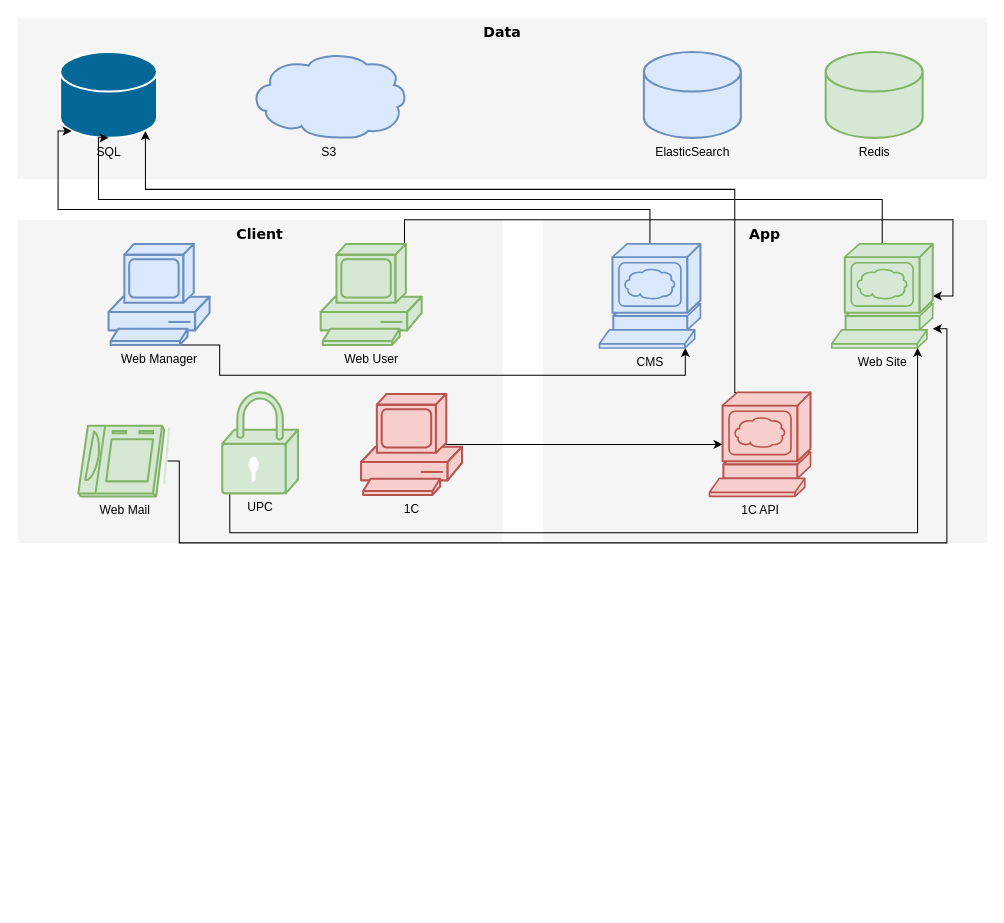
This is Untitled Diagram.drawio from xxipocima/TestPHPGenesis, a draw.io file, before an edit. Source tidied: cells renumbered, new cells numbered last; positions are measured from the earlier drawing's top-left corner, leaving out a move shared by most shapes. Both pictures are drawn from the tidied source at 101%, with x=0, y=0 at pixel (17, 17).
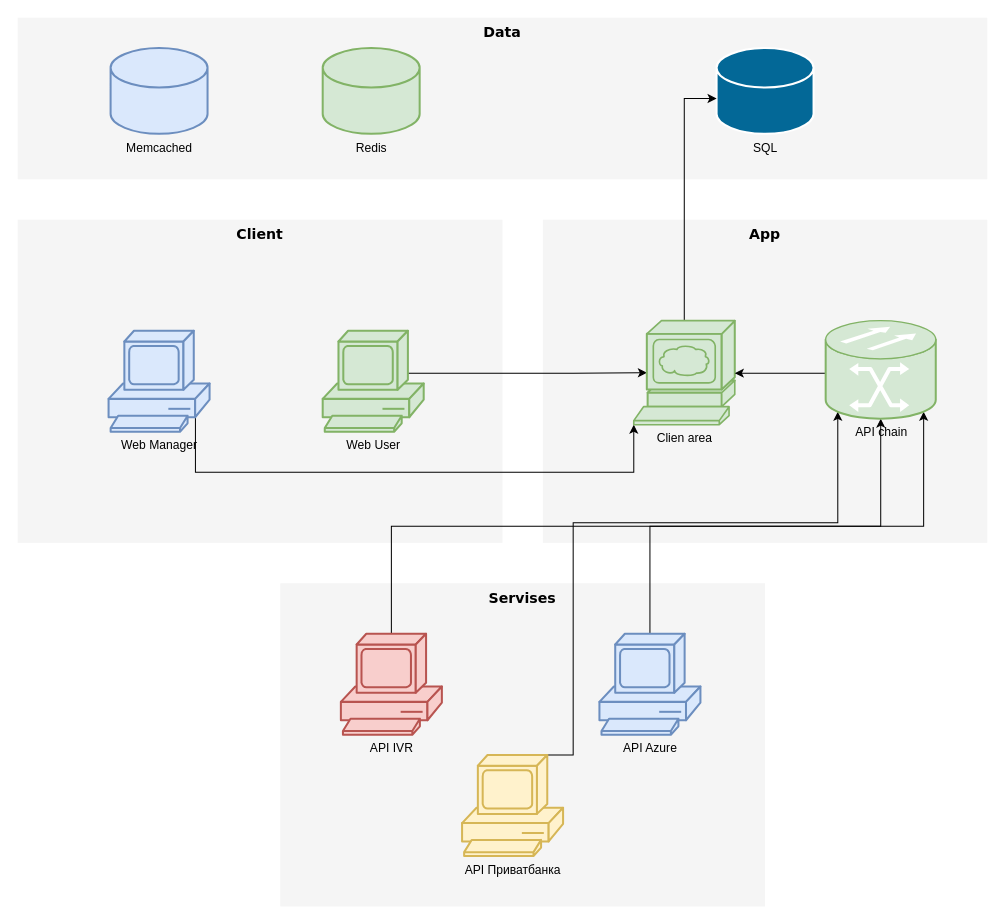
Above is the later version.

What changed in the source:
```diff
@@
     <mxCell id="38" value="SQL" style="shape=mxgraph.cisco.storage.relational_database;html=1;dashed=0;fillColor=#036897;strokeColor=#ffffff;strokeWidth=2;verticalLabelPosition=bottom;verticalAlign=top;align=center;outlineConnect=0;" parent="1" vertex="1">
-      <mxGeometry x="42" y="34" width="96" height="85" as="geometry" />
+      <mxGeometry x="692" y="30" width="96" height="85" as="geometry" />
     </mxCell>
-    <mxCell id="39" value="ElasticSearch" style="shape=mxgraph.cisco.storage.relational_database;html=1;dashed=0;fillColor=#dae8fc;strokeColor=#6c8ebf;strokeWidth=2;verticalLabelPosition=bottom;verticalAlign=top;align=center;" parent="1" vertex="1">
-      <mxGeometry x="620" y="34" width="96" height="85" as="geometry" />
-    </mxCell>
     <mxCell id="40" value="Redis" style="shape=mxgraph.cisco.storage.relational_database;html=1;dashed=0;fillColor=#d5e8d4;strokeColor=#82b366;strokeWidth=2;verticalLabelPosition=bottom;verticalAlign=top;align=center;" parent="1" vertex="1">
-      <mxGeometry x="800" y="34" width="96" height="85" as="geometry" />
+      <mxGeometry x="302" y="30" width="96" height="85" as="geometry" />
     </mxCell>
-    <mxCell id="41" style="edgeStyle=orthogonalEdgeStyle;rounded=0;jettySize=auto;html=1;exitX=0.5;exitY=1;exitDx=0;exitDy=0;exitPerimeter=0;entryX=0.85;entryY=1;entryDx=0;entryDy=0;entryPerimeter=0;" parent="1" edge="1" source="42" target="46">
-      <mxGeometry relative="1" as="geometry">
-        <Array as="points">
-          <mxPoint x="200" y="324" />
-          <mxPoint x="200" y="354" />
-          <mxPoint x="661" y="354" />
-        </Array>
-      </mxGeometry>
-    </mxCell>
+    <mxCell id="58" style="edgeStyle=orthogonalEdgeStyle;rounded=0;jettySize=auto;html=1;exitX=0.86;exitY=0.85;exitDx=0;exitDy=0;exitPerimeter=0;entryX=0;entryY=1;entryDx=0;entryDy=0;entryPerimeter=0;" parent="1" edge="1" source="42" target="48">
+      <mxGeometry relative="1" as="geometry">
+        <Array as="points">
+          <mxPoint x="176" y="450" />
+          <mxPoint x="610" y="450" />
+        </Array>
+      </mxGeometry>
+    </mxCell>
     <mxCell id="42" value="Web Manager" style="shape=mxgraph.cisco.computers_and_peripherals.pc;html=1;dashed=0;fillColor=#dae8fc;strokeColor=#6c8ebf;strokeWidth=2;verticalLabelPosition=bottom;verticalAlign=top;align=center;outlineConnect=0;" parent="1" vertex="1">
-      <mxGeometry x="90" y="224" width="100" height="100" as="geometry" />
+      <mxGeometry x="90" y="310" width="100" height="100" as="geometry" />
     </mxCell>
-    <mxCell id="43" style="edgeStyle=orthogonalEdgeStyle;rounded=0;jettySize=auto;html=1;exitX=0.83;exitY=0.5;exitDx=0;exitDy=0;exitPerimeter=0;entryX=1;entryY=0.5;entryDx=0;entryDy=0;entryPerimeter=0;" parent="1" edge="1" source="44" target="48">
+    <mxCell id="43" style="edgeStyle=orthogonalEdgeStyle;rounded=0;jettySize=auto;html=1;exitX=0.83;exitY=0.5;exitDx=0;exitDy=0;exitPerimeter=0;entryX=0.13;entryY=0.5;entryDx=0;entryDy=0;entryPerimeter=0;" parent="1" edge="1" source="44" target="48">
       <mxGeometry relative="1" as="geometry">
         <Array as="points">
-          <mxPoint x="383" y="200" />
-          <mxPoint x="926" y="200" />
-          <mxPoint x="926" y="276" />
+          <mxPoint x="385" y="352" />
+          <mxPoint x="550" y="352" />
         </Array>
       </mxGeometry>
     </mxCell>
     <mxCell id="44" value="Web User" style="shape=mxgraph.cisco.computers_and_peripherals.pc;html=1;dashed=0;fillColor=#d5e8d4;strokeColor=#82b366;strokeWidth=2;verticalLabelPosition=bottom;verticalAlign=top;align=center;outlineConnect=0;" parent="1" vertex="1">
-      <mxGeometry x="300" y="224" width="100" height="100" as="geometry" />
+      <mxGeometry x="302" y="310" width="100" height="100" as="geometry" />
     </mxCell>
-    <mxCell id="45" style="edgeStyle=orthogonalEdgeStyle;rounded=0;jettySize=auto;html=1;exitX=0.5;exitY=0;exitDx=0;exitDy=0;exitPerimeter=0;entryX=0.12;entryY=0.92;entryDx=0;entryDy=0;entryPerimeter=0;" parent="1" edge="1" source="46" target="38">
-      <mxGeometry relative="1" as="geometry">
-        <Array as="points">
-          <mxPoint x="626" y="190" />
-          <mxPoint x="40" y="190" />
-          <mxPoint x="40" y="112" />
-        </Array>
-      </mxGeometry>
-    </mxCell>
-    <mxCell id="46" value="CMS" style="shape=mxgraph.cisco.servers.www_server;html=1;dashed=0;fillColor=#dae8fc;strokeColor=#6c8ebf;strokeWidth=2;verticalLabelPosition=bottom;verticalAlign=top;align=center;outlineConnect=0;" parent="1" vertex="1">
-      <mxGeometry x="576" y="224" width="100" height="103" as="geometry" />
-    </mxCell>
-    <mxCell id="47" style="edgeStyle=orthogonalEdgeStyle;rounded=0;jettySize=auto;html=1;exitX=0.5;exitY=0;exitDx=0;exitDy=0;exitPerimeter=0;entryX=0.5;entryY=1;entryDx=0;entryDy=0;entryPerimeter=0;" parent="1" edge="1" source="48" target="38">
+    <mxCell id="47" style="edgeStyle=orthogonalEdgeStyle;rounded=0;jettySize=auto;html=1;exitX=0.5;exitY=0;exitDx=0;exitDy=0;exitPerimeter=0;" parent="1" edge="1" source="48" target="38">
       <mxGeometry relative="1" as="geometry">
         <Array as="points">
-          <mxPoint x="856" y="180" />
-          <mxPoint x="80" y="180" />
-          <mxPoint x="80" y="119" />
+          <mxPoint x="660" y="80" />
         </Array>
       </mxGeometry>
     </mxCell>
-    <mxCell id="48" value="Web Site" style="shape=mxgraph.cisco.servers.www_server;html=1;dashed=0;fillColor=#d5e8d4;strokeColor=#82b366;strokeWidth=2;verticalLabelPosition=bottom;verticalAlign=top;align=center;outlineConnect=0;" parent="1" vertex="1">
-      <mxGeometry x="806" y="224" width="100" height="103" as="geometry" />
+    <mxCell id="48" value="Clien area" style="shape=mxgraph.cisco.servers.www_server;html=1;dashed=0;fillColor=#d5e8d4;strokeColor=#82b366;strokeWidth=2;verticalLabelPosition=bottom;verticalAlign=top;align=center;outlineConnect=0;" parent="1" vertex="1">
+      <mxGeometry x="610" y="300" width="100" height="103" as="geometry" />
     </mxCell>
-    <mxCell id="49" value="S3" style="shape=mxgraph.cisco.storage.cloud;html=1;dashed=0;fillColor=#dae8fc;strokeColor=#6c8ebf;strokeWidth=2;verticalLabelPosition=bottom;verticalAlign=top;align=center;" parent="1" vertex="1">
-      <mxGeometry x="230" y="34" width="156" height="85" as="geometry" />
-    </mxCell>
-    <mxCell id="50" style="edgeStyle=orthogonalEdgeStyle;rounded=0;jettySize=auto;html=1;exitX=0.83;exitY=0.5;exitDx=0;exitDy=0;exitPerimeter=0;entryX=0.13;entryY=0.5;entryDx=0;entryDy=0;entryPerimeter=0;" parent="1" edge="1" source="51" target="53">
-      <mxGeometry relative="1" as="geometry">
-        <Array as="points">
-          <mxPoint x="510" y="423" />
-          <mxPoint x="510" y="423" />
-        </Array>
-      </mxGeometry>
-    </mxCell>
+    <mxCell id="59" value="Servises" style="whiteSpace=wrap;html=1;rounded=0;shadow=0;comic=0;strokeWidth=1;fontFamily=Verdana;fontSize=14;fillColor=#f5f5f5;strokeColor=none;fontStyle=1;verticalAlign=top;" parent="1" vertex="1">
+      <mxGeometry x="260" y="560" width="480" height="320" as="geometry" />
+    </mxCell>
+    <mxCell id="60" style="edgeStyle=orthogonalEdgeStyle;rounded=0;jettySize=auto;html=1;exitX=0.5;exitY=0;exitDx=0;exitDy=0;exitPerimeter=0;" parent="1" edge="1" source="51" target="67">
+      <mxGeometry relative="1" as="geometry" />
+    </mxCell>
-    <mxCell id="51" value="1C" style="shape=mxgraph.cisco.computers_and_peripherals.pc;html=1;dashed=0;fillColor=#f8cecc;strokeColor=#b85450;strokeWidth=2;verticalLabelPosition=bottom;verticalAlign=top;align=center;outlineConnect=0;" parent="1" vertex="1">
-      <mxGeometry x="340" y="372.5" width="100" height="100" as="geometry" />
+    <mxCell id="51" value="API IVR" style="shape=mxgraph.cisco.computers_and_peripherals.pc;html=1;dashed=0;fillColor=#f8cecc;strokeColor=#b85450;strokeWidth=2;verticalLabelPosition=bottom;verticalAlign=top;align=center;outlineConnect=0;" parent="1" vertex="1">
+      <mxGeometry x="320" y="610" width="100" height="100" as="geometry" />
     </mxCell>
-    <mxCell id="52" style="edgeStyle=orthogonalEdgeStyle;rounded=0;jettySize=auto;html=1;exitX=0.5;exitY=0;exitDx=0;exitDy=0;exitPerimeter=0;entryX=0.88;entryY=0.92;entryDx=0;entryDy=0;entryPerimeter=0;" parent="1" edge="1" source="53" target="38">
-      <mxGeometry relative="1" as="geometry">
-        <Array as="points">
-          <mxPoint x="710" y="371" />
-          <mxPoint x="710" y="170" />
-          <mxPoint x="127" y="170" />
-        </Array>
-      </mxGeometry>
-    </mxCell>
-    <mxCell id="53" value="1C API" style="shape=mxgraph.cisco.servers.www_server;html=1;dashed=0;fillColor=#f8cecc;strokeColor=#b85450;strokeWidth=2;verticalLabelPosition=bottom;verticalAlign=top;align=center;outlineConnect=0;" parent="1" vertex="1">
-      <mxGeometry x="685" y="371" width="100" height="103" as="geometry" />
-    </mxCell>
-    <mxCell id="54" style="edgeStyle=orthogonalEdgeStyle;rounded=0;jettySize=auto;html=1;exitX=1;exitY=0.5;exitDx=0;exitDy=0;exitPerimeter=0;entryX=0.85;entryY=1;entryDx=0;entryDy=0;entryPerimeter=0;" parent="1" edge="1" source="55" target="48">
-      <mxGeometry relative="1" as="geometry">
-        <Array as="points">
-          <mxPoint x="210" y="421" />
-          <mxPoint x="210" y="510" />
-          <mxPoint x="891" y="510" />
-        </Array>
-      </mxGeometry>
-    </mxCell>
-    <mxCell id="55" value="UPC" style="shape=mxgraph.cisco.security.lock;html=1;dashed=0;fillColor=#d5e8d4;strokeColor=#82b366;strokeWidth=2;verticalLabelPosition=bottom;verticalAlign=top;align=center;outlineConnect=0;" parent="1" vertex="1">
-      <mxGeometry x="202.5" y="371" width="75" height="100" as="geometry" />
-    </mxCell>
-    <mxCell id="56" style="edgeStyle=orthogonalEdgeStyle;rounded=0;jettySize=auto;html=1;exitX=0.97;exitY=0.5;exitDx=0;exitDy=0;exitPerimeter=0;entryX=1;entryY=0.816;entryDx=0;entryDy=0;entryPerimeter=0;" parent="1" edge="1" source="57" target="48">
-      <mxGeometry relative="1" as="geometry">
-        <Array as="points">
-          <mxPoint x="160" y="439" />
-          <mxPoint x="160" y="520" />
-          <mxPoint x="920" y="520" />
-          <mxPoint x="920" y="308" />
-        </Array>
-      </mxGeometry>
-    </mxCell>
-    <mxCell id="57" value="Web Mail" style="shape=mxgraph.cisco.computers_and_peripherals.tablet;html=1;dashed=0;fillColor=#d5e8d4;strokeColor=#82b366;strokeWidth=2;verticalLabelPosition=bottom;verticalAlign=top;align=center;outlineConnect=0;" parent="1" vertex="1">
-      <mxGeometry x="60" y="404" width="91" height="70" as="geometry" />
-    </mxCell>
+    <mxCell id="61" style="edgeStyle=orthogonalEdgeStyle;rounded=0;jettySize=auto;html=1;exitX=0.5;exitY=0;exitDx=0;exitDy=0;exitPerimeter=0;entryX=0.89;entryY=0.93;entryDx=0;entryDy=0;entryPerimeter=0;" parent="1" edge="1" source="62" target="67">
+      <mxGeometry relative="1" as="geometry" />
+    </mxCell>
+    <mxCell id="62" value="API Azure" style="shape=mxgraph.cisco.computers_and_peripherals.pc;html=1;dashed=0;fillColor=#dae8fc;strokeColor=#6c8ebf;strokeWidth=2;verticalLabelPosition=bottom;verticalAlign=top;align=center;outlineConnect=0;" parent="1" vertex="1">
+      <mxGeometry x="576" y="610" width="100" height="100" as="geometry" />
+    </mxCell>
+    <mxCell id="63" style="edgeStyle=orthogonalEdgeStyle;rounded=0;jettySize=auto;html=1;exitX=0.5;exitY=0;exitDx=0;exitDy=0;exitPerimeter=0;entryX=0.11;entryY=0.93;entryDx=0;entryDy=0;entryPerimeter=0;" parent="1" edge="1" source="64" target="67">
+      <mxGeometry relative="1" as="geometry">
+        <Array as="points">
+          <mxPoint x="550" y="730" />
+          <mxPoint x="550" y="500" />
+          <mxPoint x="812" y="500" />
+        </Array>
+      </mxGeometry>
+    </mxCell>
+    <mxCell id="64" value="API Приватбанка" style="shape=mxgraph.cisco.computers_and_peripherals.pc;html=1;dashed=0;fillColor=#fff2cc;strokeColor=#d6b656;strokeWidth=2;verticalLabelPosition=bottom;verticalAlign=top;align=center;outlineConnect=0;" parent="1" vertex="1">
+      <mxGeometry x="440" y="730" width="100" height="100" as="geometry" />
+    </mxCell>
+    <mxCell id="65" value="Memcached" style="shape=mxgraph.cisco.storage.relational_database;html=1;dashed=0;fillColor=#dae8fc;strokeColor=#6c8ebf;strokeWidth=2;verticalLabelPosition=bottom;verticalAlign=top;align=center;" parent="1" vertex="1">
+      <mxGeometry x="92" y="30" width="96" height="85" as="geometry" />
+    </mxCell>
+    <mxCell id="66" style="edgeStyle=orthogonalEdgeStyle;rounded=0;jettySize=auto;html=1;exitX=0;exitY=0.5;exitDx=0;exitDy=0;exitPerimeter=0;" parent="1" edge="1" source="67" target="48">
+      <mxGeometry relative="1" as="geometry">
+        <Array as="points">
+          <mxPoint x="800" y="352" />
+        </Array>
+      </mxGeometry>
+    </mxCell>
+    <mxCell id="67" value="API chain" style="shape=mxgraph.cisco.misc.optical_transport;html=1;dashed=0;fillColor=#d5e8d4;strokeColor=#82b366;strokeWidth=2;verticalLabelPosition=bottom;verticalAlign=top;align=center;outlineConnect=0;" parent="1" vertex="1">
+      <mxGeometry x="800" y="300" width="109" height="97" as="geometry" />
+    </mxCell>
```
